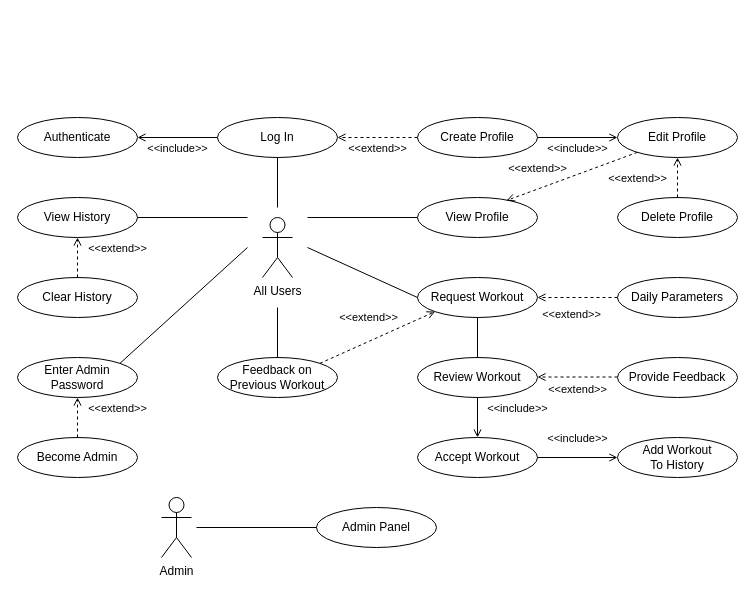
Large-Lifting-Model/documents keeps this draw.io diagram as LargeLiftingModel_UseCaseDiagram.drawio. Above is the earlier version. Source tidied: cells renumbered, new cells numbered last; positions are measured from the earlier drawing's top-left corner, leaving out a move shared by most shapes. Both pictures are drawn from the tidied source at 100%, with x=0, y=0 at pixel (17, 117).
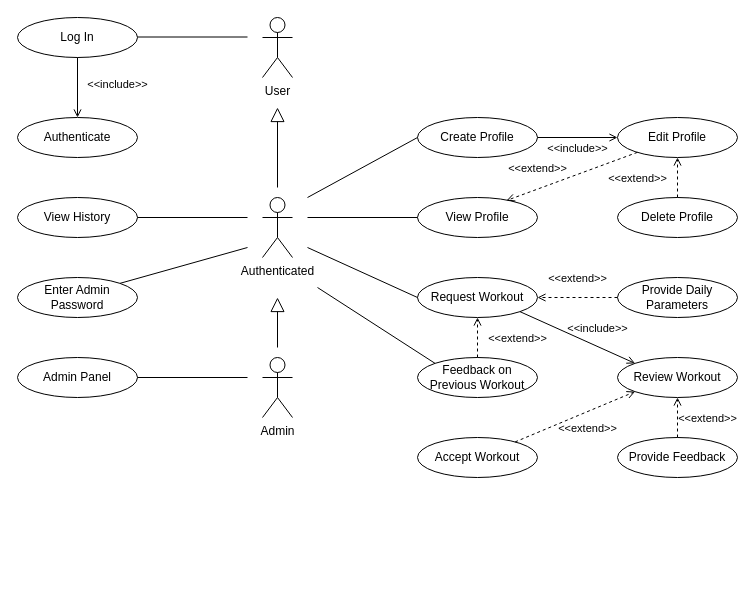
Above is the later version.

Commit message (it also covers changes not shown here):
Adjusted to better match lab solutions

The change refers to these unchanged cells:
```xml
<mxCell id="4" value="Create Profile" style="ellipse;whiteSpace=wrap;html=1;" parent="1" vertex="1">
  <mxGeometry x="400" width="120" height="40" as="geometry" />
</mxCell>
<mxCell id="5" value="Authenticate" style="ellipse;whiteSpace=wrap;html=1;" parent="1" vertex="1">
  <mxGeometry width="120" height="40" as="geometry" />
</mxCell>
<mxCell id="9" value="View History" style="ellipse;whiteSpace=wrap;html=1;" parent="1" vertex="1">
  <mxGeometry y="80" width="120" height="40" as="geometry" />
</mxCell>
<mxCell id="18" value="Request Workout" style="ellipse;whiteSpace=wrap;html=1;" parent="1" vertex="1">
  <mxGeometry x="400" y="160" width="120" height="40" as="geometry" />
</mxCell>
<mxCell id="29" value="Accept Workout" style="ellipse;whiteSpace=wrap;html=1;" parent="1" vertex="1">
  <mxGeometry x="400" y="320" width="120" height="40" as="geometry" />
</mxCell>
```

Diff of the diagram source:
```diff
@@
-    <mxCell id="2" value="All Users" style="shape=umlActor;verticalLabelPosition=bottom;verticalAlign=top;html=1;" parent="1" vertex="1">
-      <mxGeometry x="245" y="100" width="30" height="60" as="geometry" />
+    <mxCell id="2" value="User" style="shape=umlActor;verticalLabelPosition=bottom;verticalAlign=top;html=1;" parent="1" vertex="1">
+      <mxGeometry x="245" y="-100" width="30" height="60" as="geometry" />
     </mxCell>
     <mxCell id="3" value="Log In" style="ellipse;whiteSpace=wrap;html=1;" parent="1" vertex="1">
-      <mxGeometry x="200" width="120" height="40" as="geometry" />
+      <mxGeometry y="-100" width="120" height="40" as="geometry" />
     </mxCell>
@@
-    <mxCell id="6" value="&amp;lt;&amp;lt;include&amp;gt;&amp;gt;" style="html=1;verticalAlign=bottom;labelBackgroundColor=none;endArrow=open;endFill=0;rounded=0;entryX=1;entryY=0.5;entryDx=0;entryDy=0;exitX=0;exitY=0.5;exitDx=0;exitDy=0;" parent="1" edge="1" source="3" target="5">
-      <mxGeometry y="20" relative="1" as="geometry" />
+    <mxCell id="6" value="&amp;lt;&amp;lt;include&amp;gt;&amp;gt;" style="html=1;verticalAlign=bottom;labelBackgroundColor=none;endArrow=open;endFill=0;rounded=0;entryX=0.5;entryY=0;entryDx=0;entryDy=0;exitX=0.5;exitY=1;exitDx=0;exitDy=0;" parent="1" edge="1" source="3" target="5">
+      <mxGeometry x="0.2" y="40" relative="1" as="geometry" />
     </mxCell>
-    <mxCell id="7" value="&amp;lt;&amp;lt;extend&amp;gt;&amp;gt;" style="html=1;verticalAlign=bottom;labelBackgroundColor=none;endArrow=open;endFill=0;dashed=1;rounded=0;exitX=0;exitY=0.5;exitDx=0;exitDy=0;entryX=1;entryY=0.5;entryDx=0;entryDy=0;" parent="1" edge="1" source="4" target="3">
-      <mxGeometry y="20" relative="1" as="geometry" />
-    </mxCell>
-    <mxCell id="8" style="endArrow=none;html=1;rounded=0;entryX=0.5;entryY=1;entryDx=0;entryDy=0;" parent="1" edge="1" target="3">
-      <mxGeometry relative="1" as="geometry">
-        <mxPoint x="260" y="90" as="sourcePoint" />
-      </mxGeometry>
-    </mxCell>
@@
     <mxCell id="20" value="Review Workout" style="ellipse;whiteSpace=wrap;html=1;" parent="1" vertex="1">
-      <mxGeometry x="400" y="240" width="120" height="40" as="geometry" />
+      <mxGeometry x="600" y="240" width="120" height="40" as="geometry" />
     </mxCell>
-    <mxCell id="21" style="endArrow=none;html=1;rounded=0;exitX=0.5;exitY=0;exitDx=0;exitDy=0;entryX=0.5;entryY=1;entryDx=0;entryDy=0;" parent="1" edge="1" source="20" target="18">
-      <mxGeometry relative="1" as="geometry" />
-    </mxCell>
     <mxCell id="22" value="Feedback on Previous Workout" style="ellipse;whiteSpace=wrap;html=1;" parent="1" vertex="1">
-      <mxGeometry x="200" y="240" width="120" height="40" as="geometry" />
+      <mxGeometry x="400" y="240" width="120" height="40" as="geometry" />
     </mxCell>
-    <mxCell id="23" value="&amp;lt;&amp;lt;extend&amp;gt;&amp;gt;" style="html=1;verticalAlign=bottom;labelBackgroundColor=none;endArrow=open;endFill=0;dashed=1;rounded=0;exitX=1;exitY=0;exitDx=0;exitDy=0;entryX=0;entryY=1;entryDx=0;entryDy=0;" parent="1" edge="1" source="22" target="18">
-      <mxGeometry x="-0.07" y="14" relative="1" as="geometry" />
+    <mxCell id="23" value="&amp;lt;&amp;lt;extend&amp;gt;&amp;gt;" style="html=1;verticalAlign=bottom;labelBackgroundColor=none;endArrow=open;endFill=0;dashed=1;rounded=0;exitX=0.5;exitY=0;exitDx=0;exitDy=0;entryX=0.5;entryY=1;entryDx=0;entryDy=0;" parent="1" edge="1" source="22" target="18">
+      <mxGeometry x="-0.5" y="-40" relative="1" as="geometry" />
     </mxCell>
-    <mxCell id="24" value="Daily Parameters" style="ellipse;whiteSpace=wrap;html=1;" parent="1" vertex="1">
+    <mxCell id="24" value="Provide Daily&lt;div&gt;Parameters&lt;/div&gt;" style="ellipse;whiteSpace=wrap;html=1;" parent="1" vertex="1">
       <mxGeometry x="600" y="160" width="120" height="40" as="geometry" />
     </mxCell>
     <mxCell id="25" value="&amp;lt;&amp;lt;extend&amp;gt;&amp;gt;" style="html=1;verticalAlign=bottom;labelBackgroundColor=none;endArrow=open;endFill=0;dashed=1;rounded=0;exitX=0;exitY=0.5;exitDx=0;exitDy=0;entryX=1;entryY=0.5;entryDx=0;entryDy=0;" parent="1" edge="1" source="24" target="18">
-      <mxGeometry x="0.16" y="26" relative="1" as="geometry" />
+      <mxGeometry y="-10" relative="1" as="geometry" />
     </mxCell>
     <mxCell id="26" value="Provide Feedback" style="ellipse;whiteSpace=wrap;html=1;" parent="1" vertex="1">
-      <mxGeometry x="600" y="240" width="120" height="40" as="geometry" />
+      <mxGeometry x="600" y="320" width="120" height="40" as="geometry" />
     </mxCell>
-    <mxCell id="27" style="endArrow=none;html=1;rounded=0;exitX=0.5;exitY=0;exitDx=0;exitDy=0;" parent="1" edge="1" source="22">
+    <mxCell id="27" style="endArrow=none;html=1;rounded=0;exitX=0;exitY=0;exitDx=0;exitDy=0;" parent="1" edge="1" source="22">
       <mxGeometry relative="1" as="geometry">
-        <mxPoint x="260" y="190" as="targetPoint" />
+        <mxPoint x="300" y="170" as="targetPoint" />
       </mxGeometry>
     </mxCell>
-    <mxCell id="28" value="&amp;lt;&amp;lt;extend&amp;gt;&amp;gt;" style="html=1;verticalAlign=bottom;labelBackgroundColor=none;endArrow=open;endFill=0;dashed=1;rounded=0;exitX=0;exitY=0.5;exitDx=0;exitDy=0;entryX=1;entryY=0.5;entryDx=0;entryDy=0;" parent="1" edge="1">
-      <mxGeometry y="21" relative="1" as="geometry">
-        <mxPoint x="600" y="259.5" as="sourcePoint" />
-        <mxPoint x="520" y="259.5" as="targetPoint" />
-      </mxGeometry>
+    <mxCell id="28" value="&amp;lt;&amp;lt;extend&amp;gt;&amp;gt;" style="html=1;verticalAlign=bottom;labelBackgroundColor=none;endArrow=open;endFill=0;dashed=1;rounded=0;exitX=0.5;exitY=0;exitDx=0;exitDy=0;entryX=0.5;entryY=1;entryDx=0;entryDy=0;" parent="1" edge="1" source="26" target="20">
+      <mxGeometry x="-0.5" y="-30" relative="1" as="geometry" />
     </mxCell>
@@
-    <mxCell id="30" value="&amp;lt;&amp;lt;include&amp;gt;&amp;gt;" style="html=1;verticalAlign=bottom;labelBackgroundColor=none;endArrow=open;endFill=0;rounded=0;entryX=0.5;entryY=0;entryDx=0;entryDy=0;exitX=0.5;exitY=1;exitDx=0;exitDy=0;" parent="1" edge="1" source="20" target="29">
-      <mxGeometry y="40" relative="1" as="geometry" />
-    </mxCell>
-    <mxCell id="31" value="Add Workout&lt;div&gt;To History&lt;/div&gt;" style="ellipse;whiteSpace=wrap;html=1;" parent="1" vertex="1">
-      <mxGeometry x="600" y="320" width="120" height="40" as="geometry" />
-    </mxCell>
-    <mxCell id="32" value="&amp;lt;&amp;lt;include&amp;gt;&amp;gt;" style="html=1;verticalAlign=bottom;labelBackgroundColor=none;endArrow=open;endFill=0;rounded=0;entryX=0;entryY=0.5;entryDx=0;entryDy=0;exitX=1;exitY=0.5;exitDx=0;exitDy=0;" parent="1" edge="1" source="29" target="31">
-      <mxGeometry y="10" relative="1" as="geometry" />
-    </mxCell>
@@
     <mxCell id="34" value="Enter Admin&lt;div&gt;Password&lt;/div&gt;" style="ellipse;whiteSpace=wrap;html=1;" parent="1" vertex="1">
-      <mxGeometry y="240" width="120" height="40" as="geometry" />
+      <mxGeometry y="160" width="120" height="40" as="geometry" />
     </mxCell>
-    <mxCell id="35" value="Become Admin" style="ellipse;whiteSpace=wrap;html=1;" parent="1" vertex="1">
-      <mxGeometry y="320" width="120" height="40" as="geometry" />
-    </mxCell>
-    <mxCell id="36" value="&amp;lt;&amp;lt;extend&amp;gt;&amp;gt;" style="html=1;verticalAlign=bottom;labelBackgroundColor=none;endArrow=open;endFill=0;dashed=1;rounded=0;exitX=0.5;exitY=0;exitDx=0;exitDy=0;entryX=0.5;entryY=1;entryDx=0;entryDy=0;" parent="1" edge="1" source="35" target="34">
-      <mxGeometry y="-40" relative="1" as="geometry" />
-    </mxCell>
-    <mxCell id="37" value="Clear History" style="ellipse;whiteSpace=wrap;html=1;" parent="1" vertex="1">
-      <mxGeometry y="160" width="120" height="40" as="geometry" />
-    </mxCell>
-    <mxCell id="38" value="&amp;lt;&amp;lt;extend&amp;gt;&amp;gt;" style="html=1;verticalAlign=bottom;labelBackgroundColor=none;endArrow=open;endFill=0;dashed=1;rounded=0;exitX=0.5;exitY=0;exitDx=0;exitDy=0;entryX=0.5;entryY=1;entryDx=0;entryDy=0;" parent="1" edge="1" source="37" target="9">
-      <mxGeometry y="-40" relative="1" as="geometry" />
-    </mxCell>
     <mxCell id="39" value="Admin" style="shape=umlActor;verticalLabelPosition=bottom;verticalAlign=top;html=1;" parent="1" vertex="1">
-      <mxGeometry x="144" y="380" width="30" height="60" as="geometry" />
+      <mxGeometry x="245" y="240" width="30" height="60" as="geometry" />
     </mxCell>
     <mxCell id="40" value="Admin Panel" style="ellipse;whiteSpace=wrap;html=1;" parent="1" vertex="1">
-      <mxGeometry x="299" y="390" width="120" height="40" as="geometry" />
+      <mxGeometry y="240" width="120" height="40" as="geometry" />
     </mxCell>
-    <mxCell id="41" style="endArrow=none;html=1;rounded=0;entryX=0;entryY=0.5;entryDx=0;entryDy=0;" parent="1" edge="1" target="40">
+    <mxCell id="41" style="endArrow=none;html=1;rounded=0;entryX=1;entryY=0.5;entryDx=0;entryDy=0;" parent="1" edge="1" target="40">
       <mxGeometry relative="1" as="geometry">
-        <mxPoint x="179" y="410" as="sourcePoint" />
+        <mxPoint x="230" y="260" as="sourcePoint" />
       </mxGeometry>
     </mxCell>
+    <mxCell id="42" value="Authenticated" style="shape=umlActor;verticalLabelPosition=bottom;verticalAlign=top;html=1;" parent="1" vertex="1">
+      <mxGeometry x="245" y="80" width="30" height="60" as="geometry" />
+    </mxCell>
+    <mxCell id="43" style="edgeStyle=none;html=1;endSize=12;endArrow=block;endFill=0;rounded=0;" parent="1" edge="1">
+      <mxGeometry relative="1" as="geometry">
+        <mxPoint x="260" y="70" as="sourcePoint" />
+        <mxPoint x="260" y="-10" as="targetPoint" />
+      </mxGeometry>
+    </mxCell>
+    <mxCell id="44" style="endArrow=none;html=1;rounded=0;entryX=1;entryY=0.5;entryDx=0;entryDy=0;" parent="1" edge="1">
+      <mxGeometry relative="1" as="geometry">
+        <mxPoint x="230" y="-80.5" as="sourcePoint" />
+        <mxPoint x="120" y="-80.5" as="targetPoint" />
+      </mxGeometry>
+    </mxCell>
+    <mxCell id="45" value="&amp;lt;&amp;lt;include&amp;gt;&amp;gt;" style="html=1;verticalAlign=bottom;labelBackgroundColor=none;endArrow=open;endFill=0;rounded=0;exitX=1;exitY=1;exitDx=0;exitDy=0;entryX=0;entryY=0;entryDx=0;entryDy=0;" parent="1" edge="1" source="18" target="20">
+      <mxGeometry x="0.29" y="8" relative="1" as="geometry" />
+    </mxCell>
+    <mxCell id="46" value="&amp;lt;&amp;lt;extend&amp;gt;&amp;gt;" style="html=1;verticalAlign=bottom;labelBackgroundColor=none;endArrow=open;endFill=0;dashed=1;rounded=0;entryX=0;entryY=1;entryDx=0;entryDy=0;" parent="1" edge="1" source="29" target="20">
+      <mxGeometry x="0.05" y="-24" relative="1" as="geometry" />
+    </mxCell>
+    <mxCell id="47" style="edgeStyle=none;html=1;endSize=12;endArrow=block;endFill=0;rounded=0;" parent="1" edge="1">
+      <mxGeometry relative="1" as="geometry">
+        <mxPoint x="260" y="230" as="sourcePoint" />
+        <mxPoint x="260" y="180" as="targetPoint" />
+      </mxGeometry>
+    </mxCell>
+    <mxCell id="48" style="endArrow=none;html=1;rounded=0;exitX=0;exitY=0.5;exitDx=0;exitDy=0;" parent="1" edge="1" source="4">
+      <mxGeometry relative="1" as="geometry">
+        <mxPoint x="290" y="80" as="targetPoint" />
+      </mxGeometry>
+    </mxCell>
```
